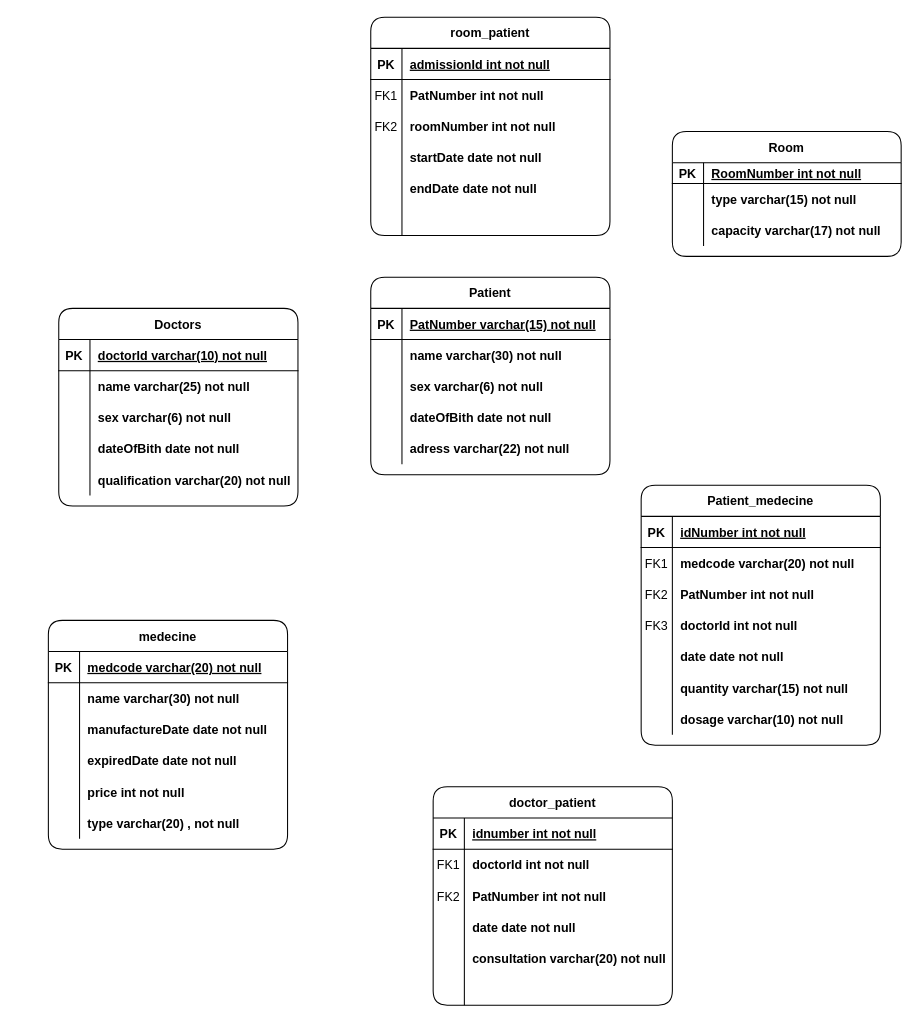
Above: hospitaldb.drawio in jazzybruno/ERD_diagrams (draw.io), before the change. Source tidied: cells renumbered, new cells numbered last; positions are measured from the earlier drawing's top-left corner, leaving out a move shared by most shapes. Both pictures are drawn from the tidied source at 104%, with x=0, y=0 at pixel (48, 17).
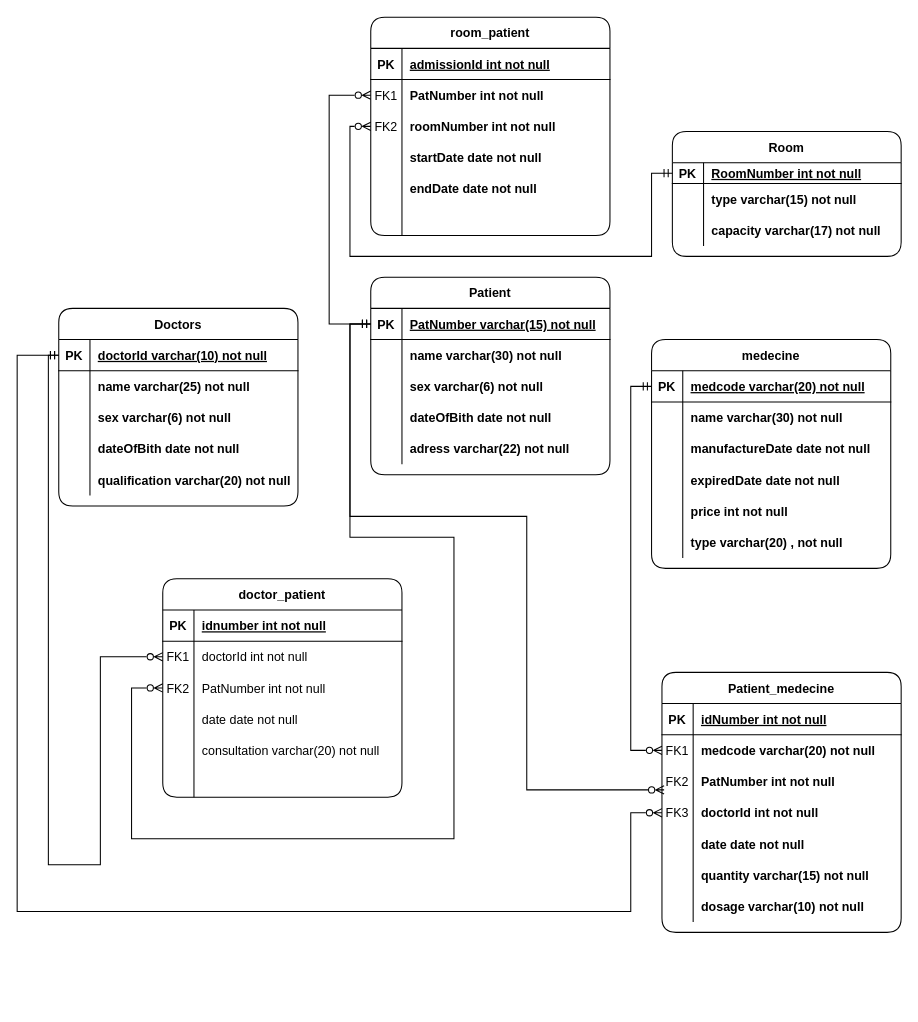
After the change.

Unchanged cells that the change refers to:
```xml
<mxCell id="3" style="shape=tableRow;horizontal=0;startSize=0;swimlaneHead=0;swimlaneBody=0;fillColor=none;points=[[0,0.5],[1,0.5]];portConstraint=eastwest;top=0;left=0;right=0;bottom=1;" parent="2" vertex="1">
  <mxGeometry y="30" width="230" height="30" as="geometry" />
</mxCell>
<mxCell id="19" style="shape=tableRow;horizontal=0;startSize=0;swimlaneHead=0;swimlaneBody=0;fillColor=none;points=[[0,0.5],[1,0.5]];portConstraint=eastwest;top=0;left=0;right=0;bottom=1;" parent="18" vertex="1">
  <mxGeometry y="30" width="230" height="30" as="geometry" />
</mxCell>
<mxCell id="35" style="shape=tableRow;horizontal=0;startSize=0;swimlaneHead=0;swimlaneBody=0;fillColor=none;points=[[0,0.5],[1,0.5]];portConstraint=eastwest;top=0;left=0;right=0;bottom=1;rounded=1;shadow=0;sketch=0;" parent="34" vertex="1">
  <mxGeometry y="30" width="220" height="20" as="geometry" />
</mxCell>
<mxCell id="45" style="shape=tableRow;horizontal=0;startSize=0;swimlaneHead=0;swimlaneBody=0;fillColor=none;points=[[0,0.5],[1,0.5]];portConstraint=eastwest;top=0;left=0;right=0;bottom=1;" parent="44" vertex="1">
  <mxGeometry y="30" width="230" height="30" as="geometry" />
</mxCell>
<mxCell id="67" style="shape=tableRow;horizontal=0;startSize=0;swimlaneHead=0;swimlaneBody=0;fillColor=none;points=[[0,0.5],[1,0.5]];portConstraint=eastwest;top=0;left=0;right=0;bottom=0;" parent="63" vertex="1">
  <mxGeometry y="60" width="230" height="30" as="geometry" />
</mxCell>
<mxCell id="70" style="shape=tableRow;horizontal=0;startSize=0;swimlaneHead=0;swimlaneBody=0;fillColor=none;points=[[0,0.5],[1,0.5]];portConstraint=eastwest;top=0;left=0;right=0;bottom=0;" parent="63" vertex="1">
  <mxGeometry y="90" width="230" height="30" as="geometry" />
</mxCell>
<mxCell id="73" style="shape=tableRow;horizontal=0;startSize=0;swimlaneHead=0;swimlaneBody=0;fillColor=none;points=[[0,0.5],[1,0.5]];portConstraint=eastwest;top=0;left=0;right=0;bottom=0;" parent="63" vertex="1">
  <mxGeometry y="120" width="230" height="30" as="geometry" />
</mxCell>
<mxCell id="89" style="shape=tableRow;horizontal=0;startSize=0;swimlaneHead=0;swimlaneBody=0;fillColor=none;points=[[0,0.5],[1,0.5]];portConstraint=eastwest;top=0;left=0;right=0;bottom=0;" parent="85" vertex="1">
  <mxGeometry y="60" width="230" height="30" as="geometry" />
</mxCell>
<mxCell id="92" style="shape=tableRow;horizontal=0;startSize=0;swimlaneHead=0;swimlaneBody=0;fillColor=none;points=[[0,0.5],[1,0.5]];portConstraint=eastwest;top=0;left=0;right=0;bottom=0;" parent="85" vertex="1">
  <mxGeometry y="90" width="230" height="30" as="geometry" />
</mxCell>
<mxCell id="95" style="shape=tableRow;horizontal=0;startSize=0;swimlaneHead=0;swimlaneBody=0;fillColor=none;top=0;left=0;right=0;bottom=0;" parent="85" vertex="1">
  <mxGeometry y="120" width="230" height="30" as="geometry" />
</mxCell>
<mxCell id="98" style="shape=tableRow;horizontal=0;startSize=0;swimlaneHead=0;swimlaneBody=0;fillColor=none;top=0;left=0;right=0;bottom=0;" parent="85" vertex="1">
  <mxGeometry y="150" width="230" height="30" as="geometry" />
</mxCell>
<mxCell id="108" style="shape=tableRow;horizontal=0;startSize=0;swimlaneHead=0;swimlaneBody=0;fillColor=none;points=[[0,0.5],[1,0.5]];portConstraint=eastwest;top=0;left=0;right=0;bottom=0;" parent="104" vertex="1">
  <mxGeometry y="60" width="230" height="30" as="geometry" />
</mxCell>
<mxCell id="111" style="shape=tableRow;horizontal=0;startSize=0;swimlaneHead=0;swimlaneBody=0;fillColor=none;points=[[0,0.5],[1,0.5]];portConstraint=eastwest;top=0;left=0;right=0;bottom=0;" parent="104" vertex="1">
  <mxGeometry y="90" width="230" height="30" as="geometry" />
</mxCell>
```

The edit, as a diff of the source:
```diff
@@
     <mxCell id="44" value="medecine" style="shape=table;startSize=30;childLayout=tableLayout;rowLines=0;fontStyle=1;align=center;rounded=1;shadow=0;sketch=0;" parent="1" vertex="1">
-      <mxGeometry y="580" width="230" height="220" as="geometry" />
+      <mxGeometry x="580" y="310" width="230" height="220" as="geometry" />
     </mxCell>
@@
     <mxCell id="63" value="Patient_medecine" style="shape=table;startSize=30;childLayout=tableLayout;rowLines=0;fontStyle=1;align=center;rounded=1;shadow=0;sketch=0;" parent="1" vertex="1">
-      <mxGeometry x="570" y="450" width="230" height="250" as="geometry" />
+      <mxGeometry x="590" y="630" width="230" height="250" as="geometry" />
     </mxCell>
@@
     <mxCell id="85" value="doctor_patient" style="shape=table;startSize=30;childLayout=tableLayout;rowLines=0;fontStyle=1;align=center;rounded=1;shadow=0;sketch=0;" parent="1" vertex="1">
-      <mxGeometry x="370" y="740" width="230" height="210" as="geometry" />
+      <mxGeometry x="110" y="540" width="230" height="210" as="geometry" />
     </mxCell>
@@
-    <mxCell id="91" value="doctorId int not null " style="shape=partialRectangle;fillColor=none;top=0;left=0;bottom=0;right=0;align=left;spacingLeft=6;overflow=hidden;fontStyle=1;" parent="89" vertex="1">
+    <mxCell id="91" value="doctorId int not null " style="shape=partialRectangle;fillColor=none;top=0;left=0;bottom=0;right=0;align=left;spacingLeft=6;overflow=hidden;" parent="89" vertex="1">
       <mxGeometry x="30" width="200" height="30" as="geometry" />
     </mxCell>
@@
-    <mxCell id="94" value="PatNumber int not null " style="shape=partialRectangle;fillColor=none;top=0;left=0;bottom=0;right=0;align=left;spacingLeft=6;overflow=hidden;fontStyle=1;" parent="92" vertex="1">
+    <mxCell id="94" value="PatNumber int not null " style="shape=partialRectangle;fillColor=none;top=0;left=0;bottom=0;right=0;align=left;spacingLeft=6;overflow=hidden;" parent="92" vertex="1">
       <mxGeometry x="30" width="200" height="30" as="geometry" />
     </mxCell>
@@
-    <mxCell id="97" value="date date not null" style="shape=partialRectangle;fillColor=none;top=0;left=0;bottom=0;right=0;align=left;spacingLeft=6;overflow=hidden;fontStyle=1;" parent="95" vertex="1">
+    <mxCell id="97" value="date date not null" style="shape=partialRectangle;fillColor=none;top=0;left=0;bottom=0;right=0;align=left;spacingLeft=6;overflow=hidden;" parent="95" vertex="1">
       <mxGeometry x="30" width="200" height="30" as="geometry" />
     </mxCell>
@@
-    <mxCell id="100" value="consultation varchar(20) not null" style="shape=partialRectangle;fillColor=none;top=0;left=0;bottom=0;right=0;align=left;spacingLeft=6;overflow=hidden;fontStyle=1;" parent="98" vertex="1">
+    <mxCell id="100" value="consultation varchar(20) not null" style="shape=partialRectangle;fillColor=none;top=0;left=0;bottom=0;right=0;align=left;spacingLeft=6;overflow=hidden;" parent="98" vertex="1">
       <mxGeometry x="30" width="200" height="30" as="geometry" />
     </mxCell>
@@
+    <mxCell id="123" style="edgeStyle=orthogonalEdgeStyle;rounded=0;jettySize=auto;html=1;exitX=0;exitY=0.5;exitDx=0;exitDy=0;entryX=0;entryY=0.5;entryDx=0;entryDy=0;startArrow=ERmandOne;startFill=0;endArrow=ERzeroToMany;endFill=0;" parent="1" edge="1" source="19" target="108">
+      <mxGeometry relative="1" as="geometry">
+        <Array as="points">
+          <mxPoint x="270" y="295" />
+          <mxPoint x="270" y="75" />
+        </Array>
+      </mxGeometry>
+    </mxCell>
+    <mxCell id="124" style="edgeStyle=orthogonalEdgeStyle;rounded=0;jettySize=auto;html=1;exitX=0;exitY=0.5;exitDx=0;exitDy=0;entryX=0;entryY=0.5;entryDx=0;entryDy=0;startArrow=ERmandOne;startFill=0;endArrow=ERzeroToMany;endFill=0;" parent="1" edge="1" source="35" target="111">
+      <mxGeometry relative="1" as="geometry">
+        <Array as="points">
+          <mxPoint x="580" y="150" />
+          <mxPoint x="580" y="230" />
+          <mxPoint x="290" y="230" />
+          <mxPoint x="290" y="105" />
+        </Array>
+      </mxGeometry>
+    </mxCell>
+    <mxCell id="125" style="edgeStyle=orthogonalEdgeStyle;rounded=0;jettySize=auto;html=1;exitX=0;exitY=0.5;exitDx=0;exitDy=0;startArrow=ERmandOne;startFill=0;endArrow=ERzeroToMany;endFill=0;entryX=0;entryY=0.5;entryDx=0;entryDy=0;" parent="1" edge="1" source="3" target="89">
+      <mxGeometry relative="1" as="geometry">
+        <Array as="points">
+          <mxPoint y="325" />
+          <mxPoint y="815" />
+          <mxPoint x="50" y="815" />
+          <mxPoint x="50" y="615" />
+        </Array>
+      </mxGeometry>
+    </mxCell>
+    <mxCell id="126" style="edgeStyle=orthogonalEdgeStyle;rounded=0;jettySize=auto;html=1;exitX=0;exitY=0.5;exitDx=0;exitDy=0;entryX=0;entryY=0.5;entryDx=0;entryDy=0;startArrow=ERmandOne;startFill=0;endArrow=ERzeroToMany;endFill=0;" parent="1" edge="1" source="19" target="92">
+      <mxGeometry relative="1" as="geometry">
+        <Array as="points">
+          <mxPoint x="290" y="295" />
+          <mxPoint x="290" y="500" />
+          <mxPoint x="390" y="500" />
+          <mxPoint x="390" y="790" />
+          <mxPoint x="80" y="790" />
+          <mxPoint x="80" y="645" />
+        </Array>
+      </mxGeometry>
+    </mxCell>
+    <mxCell id="127" style="edgeStyle=orthogonalEdgeStyle;rounded=0;jettySize=auto;html=1;exitX=0;exitY=0.5;exitDx=0;exitDy=0;entryX=0.009;entryY=0.767;entryDx=0;entryDy=0;entryPerimeter=0;startArrow=ERmandOne;startFill=0;endArrow=ERzeroToMany;endFill=0;" parent="1" edge="1" source="19" target="70">
+      <mxGeometry relative="1" as="geometry">
+        <Array as="points">
+          <mxPoint x="290" y="295" />
+          <mxPoint x="290" y="480" />
+          <mxPoint x="460" y="480" />
+          <mxPoint x="460" y="743" />
+        </Array>
+      </mxGeometry>
+    </mxCell>
+    <mxCell id="128" style="edgeStyle=orthogonalEdgeStyle;rounded=0;jettySize=auto;html=1;exitX=0;exitY=0.5;exitDx=0;exitDy=0;entryX=0;entryY=0.5;entryDx=0;entryDy=0;startArrow=ERmandOne;startFill=0;endArrow=ERzeroToMany;endFill=0;" parent="1" edge="1" source="45" target="67">
+      <mxGeometry relative="1" as="geometry" />
+    </mxCell>
+    <mxCell id="129" style="edgeStyle=orthogonalEdgeStyle;rounded=0;jettySize=auto;html=1;exitX=0;exitY=0.5;exitDx=0;exitDy=0;startArrow=ERmandOne;startFill=0;endArrow=ERzeroToMany;endFill=0;" parent="1" edge="1" source="3" target="73">
+      <mxGeometry relative="1" as="geometry">
+        <Array as="points">
+          <mxPoint x="-30" y="325" />
+          <mxPoint x="-30" y="860" />
+          <mxPoint x="560" y="860" />
+          <mxPoint x="560" y="765" />
+        </Array>
+      </mxGeometry>
+    </mxCell>
```
